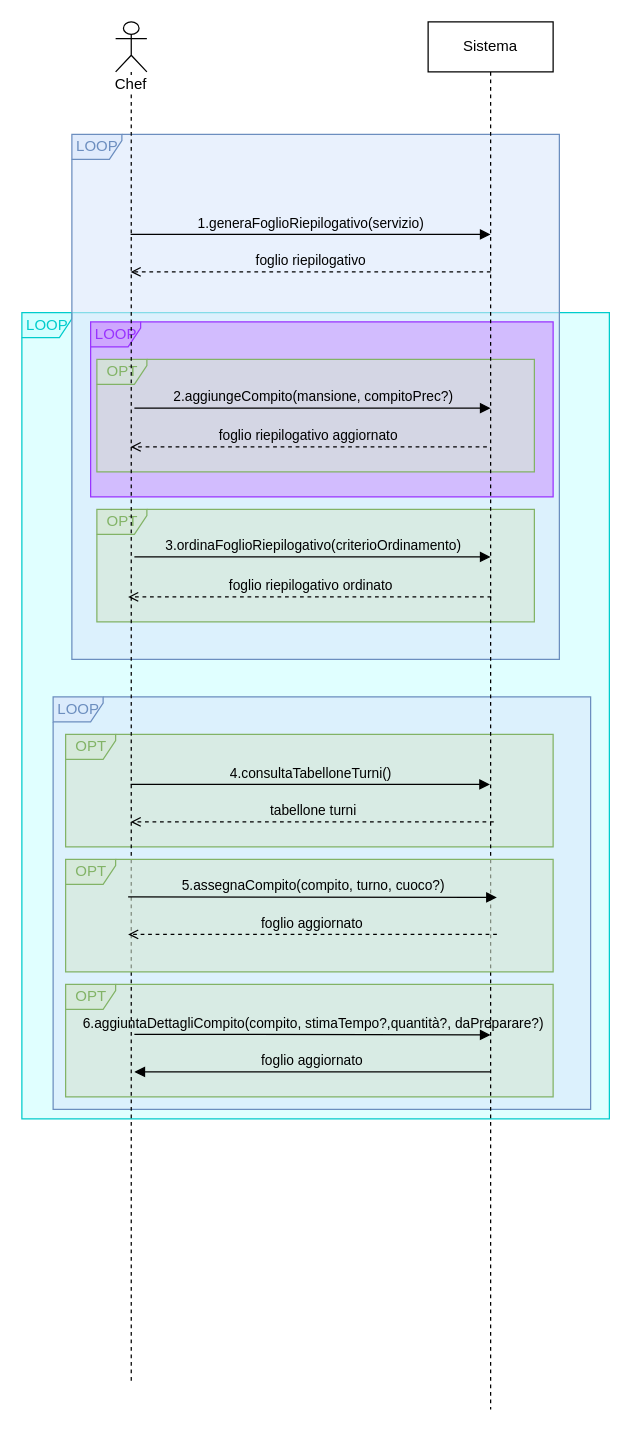
Giacca01/CateRingProject keeps this draw.io diagram as Modellazione_business_requisiti/SSD/SSD_scenario_principale.drawio. Above is the earlier version. Source tidied: cells renumbered, new cells numbered last; positions are measured from the earlier drawing's top-left corner, leaving out a move shared by most shapes. Both pictures are drawn from the tidied source at 125%, with x=0, y=0 at pixel (21, 21).
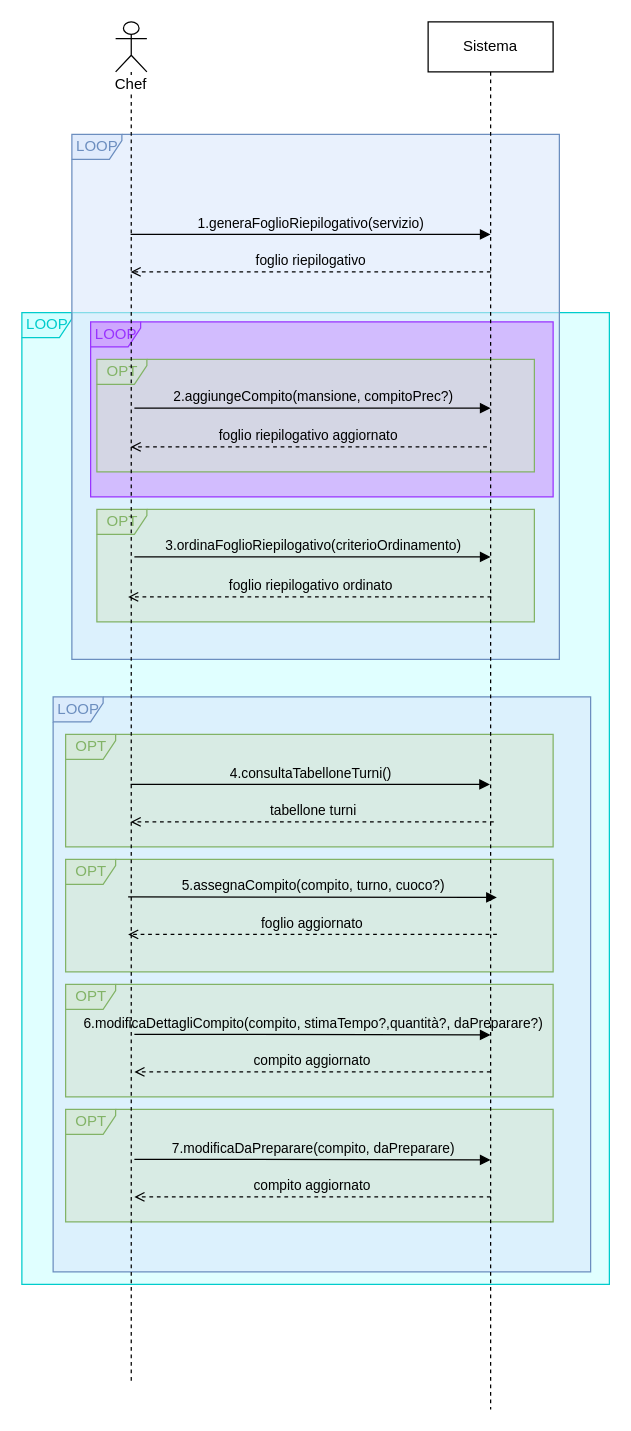
The same page after the edit.

Diff of the diagram source:
```diff
@@
     <mxCell id="2" value="LOOP" style="shape=umlFrame;tabWidth=110;tabHeight=30;tabPosition=left;html=1;boundedLbl=1;labelInHeader=1;width=40;height=20;swimlaneFillColor=#CCFFFF;fillColor=#CCFFFF;strokeColor=#00CCCC;fillOpacity=60;fontColor=#00CCCC;" parent="1" vertex="1">
-      <mxGeometry y="232.5" width="470" height="645" as="geometry" />
+      <mxGeometry y="232.5" width="470" height="777.5" as="geometry" />
     </mxCell>
     <mxCell id="3" value="LOOP" style="shape=umlFrame;tabWidth=110;tabHeight=30;tabPosition=left;html=1;boundedLbl=1;labelInHeader=1;width=40;height=20;swimlaneFillColor=#DAE8FC;fillColor=#DAE8FC;strokeColor=#6c8ebf;fillOpacity=60;fontColor=#6C8EBF;" parent="1" vertex="1">
-      <mxGeometry x="25" y="540" width="430" height="330" as="geometry" />
+      <mxGeometry x="25" y="540" width="430" height="460" as="geometry" />
     </mxCell>
@@
-    <mxCell id="9" value="6.aggiuntaDettagliCompito(compito, stimaTempo?,quantità?, daPreparare?)" style="html=1;verticalAlign=bottom;endArrow=block;edgeStyle=elbowEdgeStyle;elbow=horizontal;curved=0;rounded=0;labelBackgroundColor=none;" parent="1" edge="1">
+    <mxCell id="9" value="6.modificaDettagliCompito(compito, stimaTempo?,quantità?, daPreparare?)" style="html=1;verticalAlign=bottom;endArrow=block;edgeStyle=elbowEdgeStyle;elbow=horizontal;curved=0;rounded=0;labelBackgroundColor=none;" parent="1" edge="1">
       <mxGeometry relative="1" as="geometry">
         <mxPoint x="90" y="810" as="sourcePoint" />
         <mxPoint x="375" y="810.4" as="targetPoint" />
         <Array as="points">
           <mxPoint x="185.5" y="810.4" />
         </Array>
       </mxGeometry>
     </mxCell>
-    <mxCell id="10" value="foglio aggiornato" style="html=1;verticalAlign=bottom;endArrow=block;edgeStyle=elbowEdgeStyle;elbow=vertical;curved=0;rounded=0;labelBackgroundColor=none;" parent="1" edge="1">
+    <mxCell id="10" value="compito aggiornato" style="html=1;verticalAlign=bottom;endArrow=open;edgeStyle=elbowEdgeStyle;elbow=vertical;curved=0;rounded=0;labelBackgroundColor=none;endFill=0;dashed=1;" parent="1" edge="1">
       <mxGeometry relative="1" as="geometry">
         <mxPoint x="375" y="840" as="sourcePoint" />
         <mxPoint x="90" y="840" as="targetPoint" />
       </mxGeometry>
     </mxCell>
@@
-    <mxCell id="20" value="Sistema" style="shape=umlLifeline;perimeter=lifelinePerimeter;whiteSpace=wrap;html=1;labelBackgroundColor=none;" parent="1" vertex="1">
-      <mxGeometry x="325" width="100" height="1110" as="geometry" />
-    </mxCell>
-    <mxCell id="21" value="Chef" style="shape=umlLifeline;participant=umlActor;perimeter=lifelinePerimeter;whiteSpace=wrap;html=1;verticalAlign=top;spacingTop=36;outlineConnect=0;labelBackgroundColor=default;" parent="1" vertex="1">
-      <mxGeometry x="75" width="25" height="1090" as="geometry" />
-    </mxCell>
@@
+    <mxCell id="25" value="OPT" style="shape=umlFrame;tabWidth=110;tabHeight=30;tabPosition=left;html=1;boundedLbl=1;labelInHeader=1;width=40;height=20;swimlaneFillColor=#D5E8D4;fillColor=#d5e8d4;strokeColor=#82b366;fillOpacity=60;fontColor=#82B366;" parent="1" vertex="1">
+      <mxGeometry x="35" y="870" width="390" height="90" as="geometry" />
+    </mxCell>
+    <mxCell id="26" value="7.modificaDaPreparare(compito, daPreparare)" style="html=1;verticalAlign=bottom;endArrow=block;edgeStyle=elbowEdgeStyle;elbow=horizontal;curved=0;rounded=0;labelBackgroundColor=none;" parent="1" edge="1">
+      <mxGeometry relative="1" as="geometry">
+        <mxPoint x="90" y="910" as="sourcePoint" />
+        <mxPoint x="375" y="910.4" as="targetPoint" />
+        <Array as="points">
+          <mxPoint x="185.5" y="910.4" />
+        </Array>
+      </mxGeometry>
+    </mxCell>
+    <mxCell id="27" value="compito aggiornato" style="html=1;verticalAlign=bottom;endArrow=open;edgeStyle=elbowEdgeStyle;elbow=vertical;curved=0;rounded=0;labelBackgroundColor=none;endFill=0;dashed=1;" parent="1" edge="1">
+      <mxGeometry relative="1" as="geometry">
+        <mxPoint x="375" y="940" as="sourcePoint" />
+        <mxPoint x="90" y="940" as="targetPoint" />
+      </mxGeometry>
+    </mxCell>
+    <mxCell id="21" value="Chef" style="shape=umlLifeline;participant=umlActor;perimeter=lifelinePerimeter;whiteSpace=wrap;html=1;verticalAlign=top;spacingTop=36;outlineConnect=0;labelBackgroundColor=default;" parent="1" vertex="1">
+      <mxGeometry x="75" width="25" height="1090" as="geometry" />
+    </mxCell>
+    <mxCell id="20" value="Sistema" style="shape=umlLifeline;perimeter=lifelinePerimeter;whiteSpace=wrap;html=1;labelBackgroundColor=none;" parent="1" vertex="1">
+      <mxGeometry x="325" width="100" height="1110" as="geometry" />
+    </mxCell>
```
